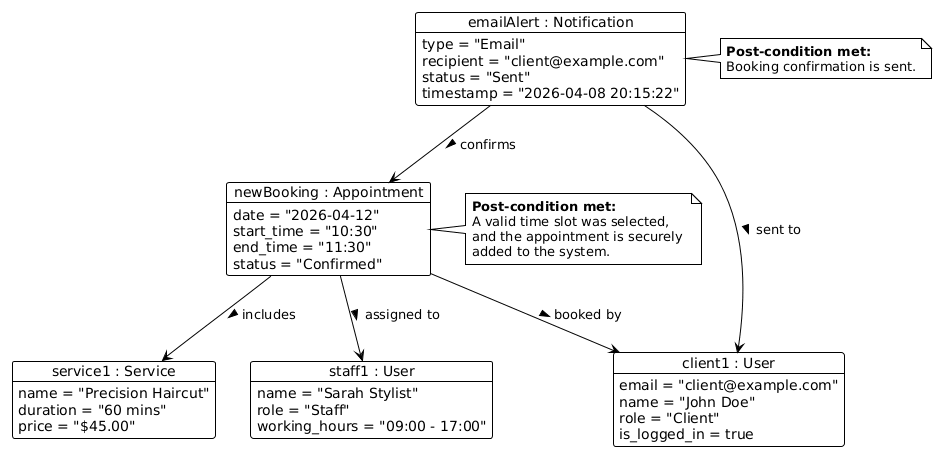
Earlier version of the PlantUML export Book_Appointment_Object_Diagram.png (mahxri/COMP2171-Hair-Booking).
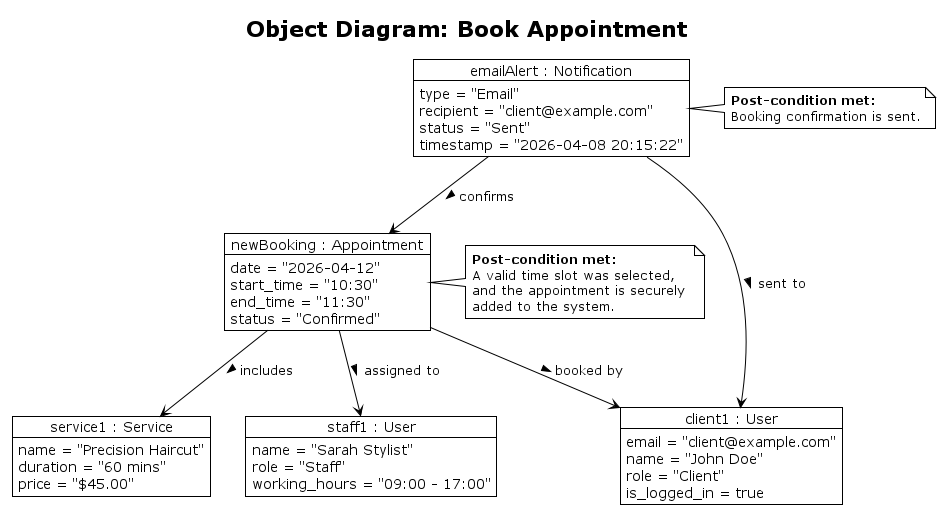
The same diagram one commit later.

What changed in the source:
```diff
@@ -1,5 +1,7 @@
-@startuml
+@startuml Book_Appointment_Object_Diagram
 !theme plain
+hide empty description
+title Object Diagram: Book Appointment
 
 object "client1 : User" as client {
   email = "client@example.com"
@@ -51,4 +53,5 @@
   **Post-condition met:**
   Booking confirmation is sent.
 end note
+
 @enduml
```
